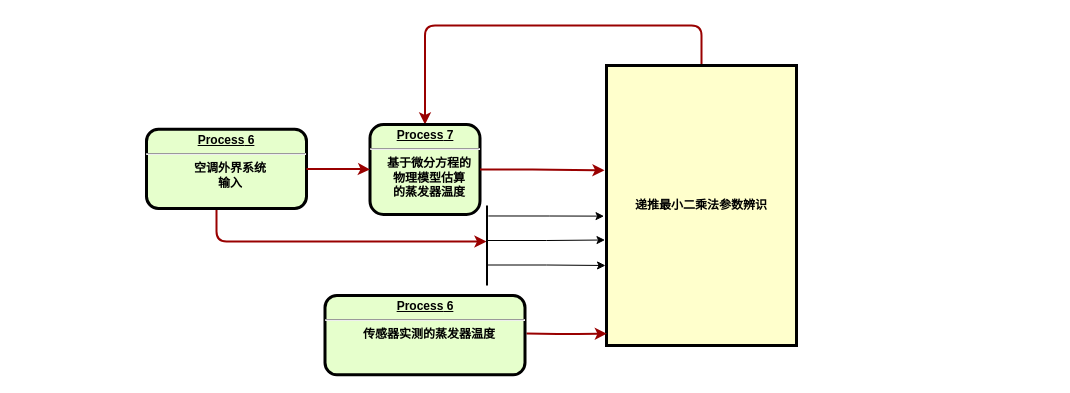
Above: 23-12-20-EvapFault_LS_Estimate.drawio in Ge-Minhappy/hello-world (draw.io), before the change. Source tidied: cells renumbered, new cells numbered last; positions are measured from the earlier drawing's top-left corner, leaving out a move shared by most shapes. Both pictures are drawn from the tidied source at 100%, with x=0, y=0 at pixel (146, 25).
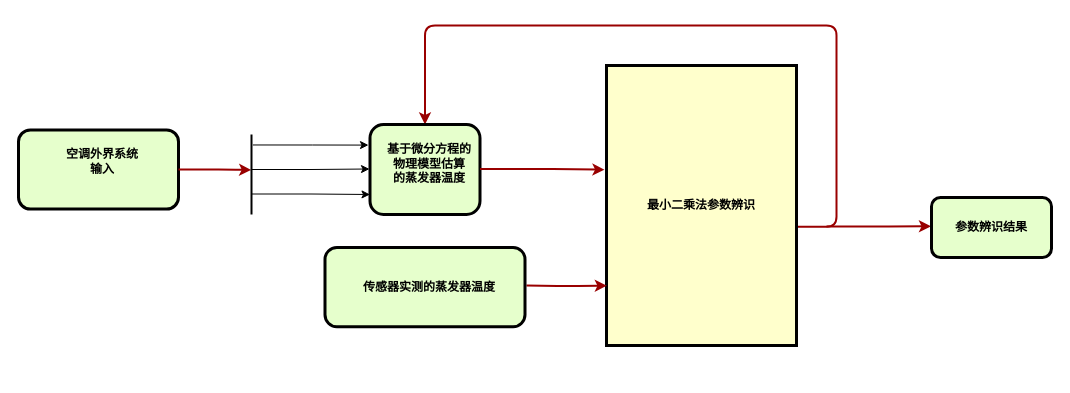
After the change.

What changed in the source:
```diff
@@
-    <mxCell id="2" style="edgeStyle=orthogonalEdgeStyle;rounded=1;orthogonalLoop=1;jettySize=auto;html=1;exitX=0.5;exitY=1;exitDx=0;exitDy=0;strokeColor=#990000;strokeWidth=2;" parent="1" edge="1">
-      <mxGeometry relative="1" as="geometry">
-        <mxPoint x="70" y="169" as="sourcePoint" />
-        <mxPoint x="340" y="216" as="targetPoint" />
-        <Array as="points">
-          <mxPoint x="70" y="216" />
-        </Array>
-      </mxGeometry>
-    </mxCell>
-    <mxCell id="3" value="&lt;p style=&quot;margin: 0px; margin-top: 4px; text-align: center; text-decoration: underline;&quot;&gt;&lt;strong&gt;&lt;strong&gt;Process&lt;/strong&gt; 6&lt;br&gt;&lt;/strong&gt;&lt;/p&gt;&lt;hr&gt;&lt;p style=&quot;margin: 0px; margin-left: 8px;&quot;&gt;空调外界系统&lt;/p&gt;&lt;p style=&quot;margin: 0px; margin-left: 8px;&quot;&gt;输入&lt;/p&gt;" style="verticalAlign=middle;align=center;overflow=fill;fontSize=12;fontFamily=Helvetica;html=1;rounded=1;fontStyle=1;strokeWidth=3;fillColor=#E6FFCC;" parent="1" vertex="1">
-      <mxGeometry y="103.8" width="160" height="79.2" as="geometry" />
+    <mxCell id="3" value="&lt;p style=&quot;margin: 0px; margin-top: 4px; text-align: center; text-decoration: underline;&quot;&gt;&lt;/p&gt;&lt;p style=&quot;margin: 0px; margin-left: 8px;&quot;&gt;&lt;br&gt;&lt;/p&gt;&lt;p style=&quot;margin: 0px; margin-left: 8px;&quot;&gt;空调外界系统&lt;/p&gt;&lt;p style=&quot;margin: 0px; margin-left: 8px;&quot;&gt;输入&lt;/p&gt;" style="verticalAlign=middle;align=center;overflow=fill;fontSize=12;fontFamily=Helvetica;html=1;rounded=1;fontStyle=1;strokeWidth=3;fillColor=#E6FFCC;" parent="1" vertex="1">
+      <mxGeometry x="-128" y="104.4" width="160" height="79.2" as="geometry" />
     </mxCell>
-    <mxCell id="4" style="edgeStyle=orthogonalEdgeStyle;rounded=1;jettySize=auto;html=1;entryX=0.5;entryY=0;entryDx=0;entryDy=0;strokeColor=#990000;strokeWidth=2;exitX=0.5;exitY=0;exitDx=0;exitDy=0;" parent="1" edge="1" source="5" target="6">
+    <mxCell id="4" style="edgeStyle=orthogonalEdgeStyle;rounded=1;jettySize=auto;html=1;entryX=0.5;entryY=0;entryDx=0;entryDy=0;strokeColor=#990000;strokeWidth=2;exitX=1.004;exitY=0.576;exitDx=0;exitDy=0;exitPerimeter=0;" parent="1" edge="1" source="5" target="6">
       <mxGeometry relative="1" as="geometry">
         <Array as="points">
-          <mxPoint x="555" />
+          <mxPoint x="690" y="201" />
+          <mxPoint x="690" />
           <mxPoint x="279" />
         </Array>
       </mxGeometry>
     </mxCell>
-    <mxCell id="5" value="递推最小二乘法参数辨识" style="whiteSpace=wrap;align=center;verticalAlign=middle;fontStyle=1;strokeWidth=3;fillColor=#FFFFCC;" parent="1" vertex="1">
+    <mxCell id="5" value="最小二乘法参数辨识" style="whiteSpace=wrap;align=center;verticalAlign=middle;fontStyle=1;strokeWidth=3;fillColor=#FFFFCC;" parent="1" vertex="1">
       <mxGeometry x="460" y="40" width="190" height="280" as="geometry" />
     </mxCell>
-    <mxCell id="6" value="&lt;p style=&quot;margin: 0px; margin-top: 4px; text-align: center; text-decoration: underline;&quot;&gt;&lt;strong&gt;&lt;strong&gt;Process&lt;/strong&gt; 7&lt;br&gt;&lt;/strong&gt;&lt;/p&gt;&lt;hr&gt;&lt;p style=&quot;margin: 0px; margin-left: 8px;&quot;&gt;基于微分方程的&lt;/p&gt;&lt;p style=&quot;margin: 0px; margin-left: 8px;&quot;&gt;物理模型估算&lt;/p&gt;&lt;p style=&quot;margin: 0px; margin-left: 8px;&quot;&gt;的蒸发器温度&lt;/p&gt;" style="verticalAlign=middle;align=center;overflow=fill;fontSize=12;fontFamily=Helvetica;html=1;rounded=1;fontStyle=1;strokeWidth=3;fillColor=#E6FFCC;" parent="1" vertex="1">
+    <mxCell id="6" value="&lt;p style=&quot;margin: 0px; margin-top: 4px; text-align: center; text-decoration: underline;&quot;&gt;&lt;/p&gt;&lt;p style=&quot;margin: 0px; margin-left: 8px;&quot;&gt;&lt;br&gt;&lt;/p&gt;&lt;p style=&quot;margin: 0px; margin-left: 8px;&quot;&gt;基于微分方程的&lt;/p&gt;&lt;p style=&quot;margin: 0px; margin-left: 8px;&quot;&gt;物理模型估算&lt;/p&gt;&lt;p style=&quot;margin: 0px; margin-left: 8px;&quot;&gt;的蒸发器温度&lt;/p&gt;" style="verticalAlign=middle;align=center;overflow=fill;fontSize=12;fontFamily=Helvetica;html=1;rounded=1;fontStyle=1;strokeWidth=3;fillColor=#E6FFCC;" parent="1" vertex="1">
       <mxGeometry x="223.5" y="99" width="110" height="90" as="geometry" />
     </mxCell>
-    <mxCell id="7" style="edgeStyle=elbowEdgeStyle;elbow=horizontal;strokeColor=#990000;strokeWidth=2;" parent="1" edge="1" source="6">
+    <mxCell id="7" style="edgeStyle=elbowEdgeStyle;elbow=horizontal;strokeColor=#990000;strokeWidth=2;" parent="1" edge="1">
       <mxGeometry relative="1" as="geometry">
-        <mxPoint x="458" y="144.8" as="targetPoint" />
+        <mxPoint x="333.5" y="143.5" as="sourcePoint" />
+        <mxPoint x="458" y="144.2" as="targetPoint" />
       </mxGeometry>
     </mxCell>
-    <mxCell id="8" style="edgeStyle=elbowEdgeStyle;elbow=horizontal;strokeColor=#990000;strokeWidth=2;exitX=1;exitY=0.5;exitDx=0;exitDy=0;entryX=0;entryY=0.5;entryDx=0;entryDy=0;" parent="1" edge="1" source="3" target="6">
+    <mxCell id="8" style="edgeStyle=elbowEdgeStyle;elbow=horizontal;strokeColor=#990000;strokeWidth=2;exitX=1;exitY=0.5;exitDx=0;exitDy=0;entryX=0.442;entryY=0.733;entryDx=0;entryDy=0;entryPerimeter=0;" parent="1" edge="1" source="3">
       <mxGeometry relative="1" as="geometry">
+        <mxPoint x="104.7" y="144.4" as="targetPoint" />
         <Array as="points">
-          <mxPoint x="210" y="152" />
+          <mxPoint x="82" y="140" />
         </Array>
       </mxGeometry>
     </mxCell>
     <mxCell id="9" style="edgeStyle=orthogonalEdgeStyle;rounded=1;orthogonalLoop=1;jettySize=auto;html=1;entryX=0.002;entryY=0.815;entryDx=0;entryDy=0;entryPerimeter=0;strokeColor=#990000;strokeWidth=2;" parent="1" edge="1">
       <mxGeometry relative="1" as="geometry">
-        <mxPoint x="380" y="308" as="sourcePoint" />
-        <mxPoint x="460.4" y="308.2" as="targetPoint" />
+        <mxPoint x="380" y="260" as="sourcePoint" />
+        <mxPoint x="460.4" y="260.2" as="targetPoint" />
       </mxGeometry>
     </mxCell>
-    <mxCell id="10" value="&lt;p style=&quot;margin: 0px; margin-top: 4px; text-align: center; text-decoration: underline;&quot;&gt;&lt;strong&gt;&lt;strong&gt;Process&lt;/strong&gt; 6&lt;br&gt;&lt;/strong&gt;&lt;/p&gt;&lt;hr&gt;&lt;p style=&quot;margin: 0px; margin-left: 8px;&quot;&gt;传感器实测的蒸发器温度&lt;/p&gt;" style="verticalAlign=middle;align=center;overflow=fill;fontSize=12;fontFamily=Helvetica;html=1;rounded=1;fontStyle=1;strokeWidth=3;fillColor=#E6FFCC;" parent="1" vertex="1">
-      <mxGeometry x="178.5" y="270" width="200" height="79.2" as="geometry" />
+    <mxCell id="10" value="&lt;p style=&quot;margin: 0px; margin-top: 4px; text-align: center; text-decoration: underline;&quot;&gt;&lt;/p&gt;&lt;p style=&quot;margin: 0px; margin-left: 8px;&quot;&gt;&lt;br&gt;&lt;/p&gt;&lt;p style=&quot;margin: 0px; margin-left: 8px;&quot;&gt;&lt;br&gt;&lt;/p&gt;&lt;p style=&quot;margin: 0px; margin-left: 8px;&quot;&gt;传感器实测的蒸发器温度&lt;/p&gt;" style="verticalAlign=middle;align=center;overflow=fill;fontSize=12;fontFamily=Helvetica;html=1;rounded=1;fontStyle=1;strokeWidth=3;fillColor=#E6FFCC;" parent="1" vertex="1">
+      <mxGeometry x="178.5" y="222" width="200" height="79.2" as="geometry" />
     </mxCell>
-    <mxCell id="11" style="edgeStyle=orthogonalEdgeStyle;rounded=0;jettySize=auto;html=1;exitX=0.131;exitY=0.362;exitDx=0;exitDy=0;exitPerimeter=0;entryX=-0.013;entryY=0.538;entryDx=0;entryDy=0;entryPerimeter=0;" parent="1" edge="1" source="12" target="5">
-      <mxGeometry relative="1" as="geometry" />
+    <mxCell id="11" style="edgeStyle=orthogonalEdgeStyle;rounded=0;jettySize=auto;html=1;exitX=0.131;exitY=0.362;exitDx=0;exitDy=0;exitPerimeter=0;entryX=-0.013;entryY=0.538;entryDx=0;entryDy=0;entryPerimeter=0;" parent="1" edge="1" source="12">
+      <mxGeometry relative="1" as="geometry">
+        <mxPoint x="222" y="119.6" as="targetPoint" />
+      </mxGeometry>
     </mxCell>
     <mxCell id="12" style="line;strokeWidth=2;direction=south;html=1;" parent="1" vertex="1">
-      <mxGeometry x="335.5" y="180" width="10" height="80" as="geometry" />
+      <mxGeometry x="100" y="109" width="10" height="80" as="geometry" />
     </mxCell>
     <mxCell id="13" style="edgeStyle=orthogonalEdgeStyle;rounded=0;orthogonalLoop=1;jettySize=auto;html=1;exitX=0.131;exitY=0.362;exitDx=0;exitDy=0;exitPerimeter=0;entryX=-0.013;entryY=0.538;entryDx=0;entryDy=0;entryPerimeter=0;" parent="1" edge="1">
       <mxGeometry relative="1" as="geometry">
-        <mxPoint x="340.5" y="213.5" as="sourcePoint" />
-        <mxPoint x="458.5" y="214.5" as="targetPoint" />
+        <mxPoint x="105" y="142.5" as="sourcePoint" />
+        <mxPoint x="223" y="143.5" as="targetPoint" />
         <Array as="points">
-          <mxPoint x="341" y="215" />
-          <mxPoint x="400" y="215" />
+          <mxPoint x="105.5" y="144" />
+          <mxPoint x="164.5" y="144" />
         </Array>
       </mxGeometry>
     </mxCell>
     <mxCell id="14" style="edgeStyle=orthogonalEdgeStyle;rounded=0;orthogonalLoop=1;jettySize=auto;html=1;exitX=0.131;exitY=0.362;exitDx=0;exitDy=0;exitPerimeter=0;" parent="1" edge="1">
       <mxGeometry relative="1" as="geometry">
-        <mxPoint x="340.5" y="239.5" as="sourcePoint" />
-        <mxPoint x="459" y="240" as="targetPoint" />
+        <mxPoint x="105" y="168.5" as="sourcePoint" />
+        <mxPoint x="223.5" y="169" as="targetPoint" />
         <Array as="points">
-          <mxPoint x="400" y="240" />
+          <mxPoint x="164.5" y="169" />
         </Array>
       </mxGeometry>
     </mxCell>
+    <mxCell id="15" style="edgeStyle=elbowEdgeStyle;elbow=horizontal;strokeColor=#990000;strokeWidth=2;" parent="1" edge="1">
+      <mxGeometry relative="1" as="geometry">
+        <mxPoint x="680" y="201" as="sourcePoint" />
+        <mxPoint x="784.5" y="200.8" as="targetPoint" />
+      </mxGeometry>
+    </mxCell>
+    <mxCell id="16" value="参数辨识结果" style="rounded=1;whiteSpace=wrap;html=1;fillColor=#E6FFCC;fontStyle=1;strokeWidth=3;" parent="1" vertex="1">
+      <mxGeometry x="785" y="172" width="120" height="60" as="geometry" />
+    </mxCell>
```
